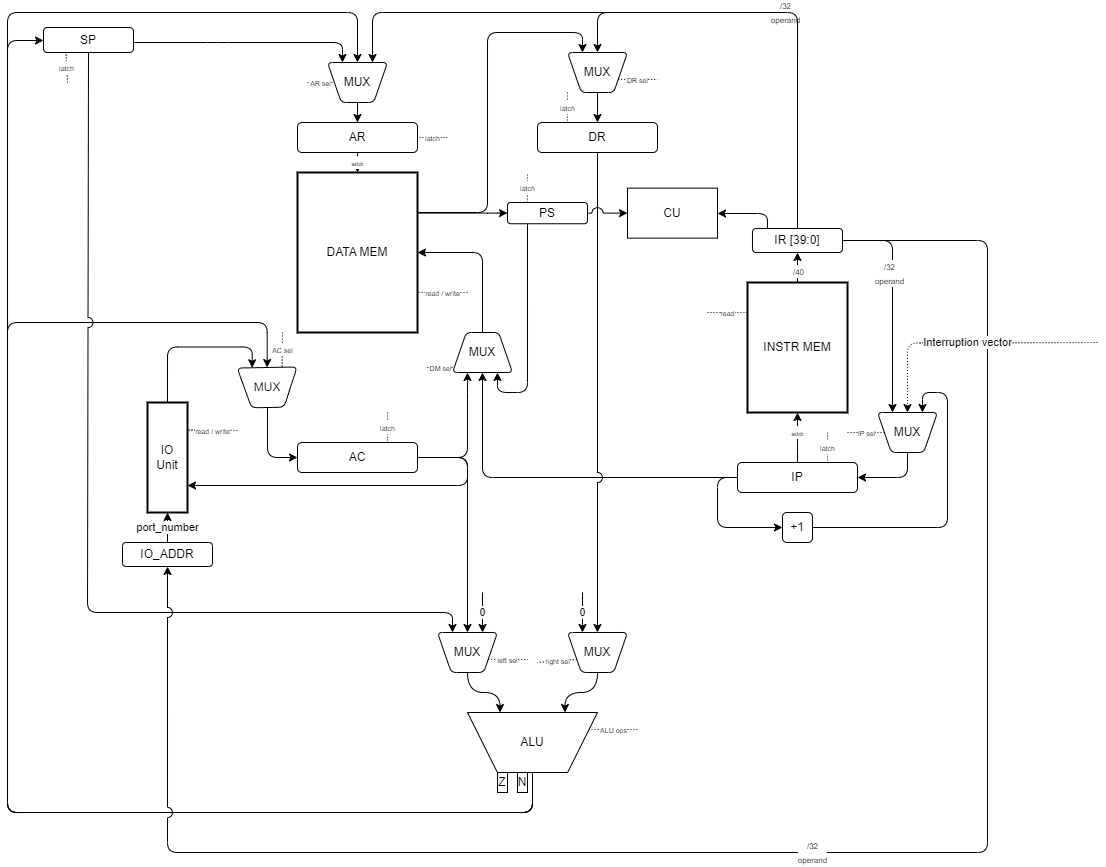
The draw.io diagram docs/sheme.png in artem961/csa-lab-4, before a commit. Source tidied: cells renumbered, new cells last; positions are measured from the earlier drawing's top-left corner, leaving out a move shared by most shapes.
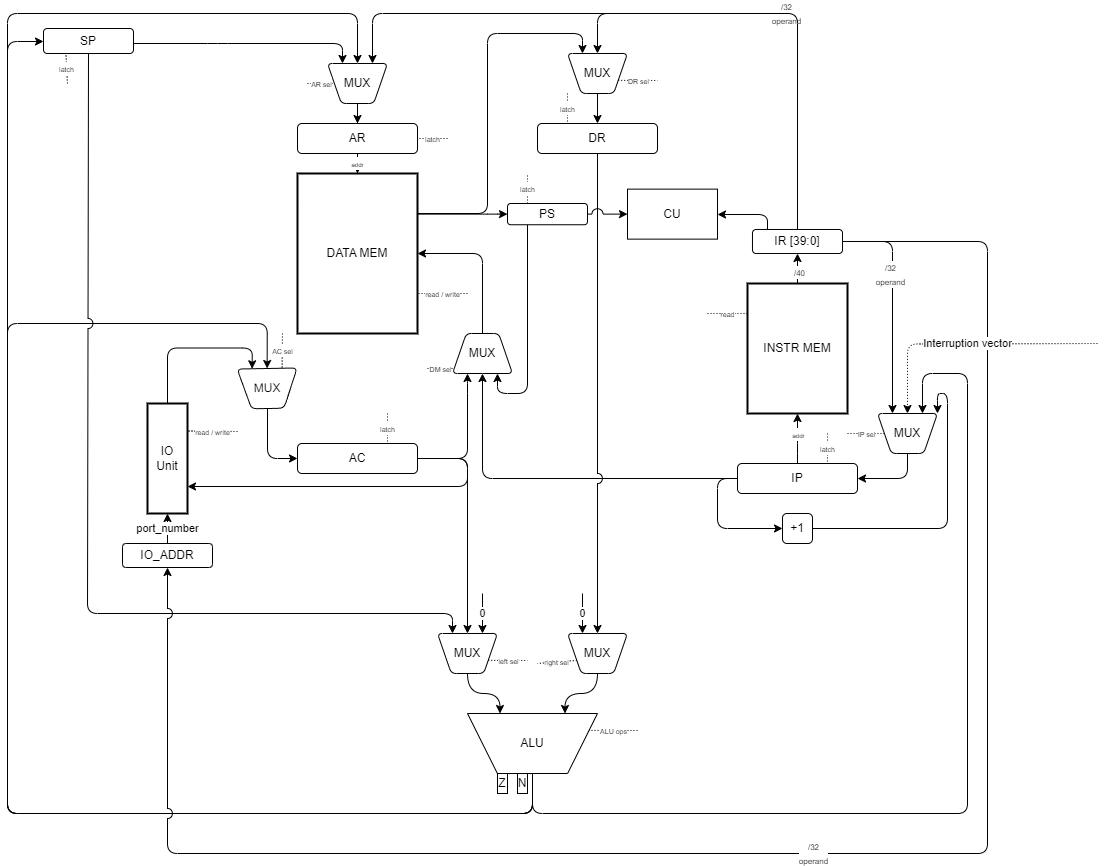
The same file after the commit.

The edit, as a diff of the source:
```diff
@@ -63,12 +63,13 @@
     <mxCell id="15" value="DR" style="rounded=1;whiteSpace=wrap;html=1;" parent="1" vertex="1">
       <mxGeometry x="530" y="110" width="120" height="30" as="geometry" />
     </mxCell>
-    <mxCell id="16" style="edgeStyle=orthogonalEdgeStyle;rounded=1;jettySize=auto;html=1;entryX=0.75;entryY=0;entryDx=0;entryDy=0;exitX=1;exitY=0.5;exitDx=0;exitDy=0;curved=0;" parent="1" edge="1" source="81" target="30">
+    <mxCell id="16" style="edgeStyle=orthogonalEdgeStyle;rounded=1;jettySize=auto;html=1;entryX=0.75;entryY=0;entryDx=0;entryDy=0;exitX=0.5;exitY=1;exitDx=0;exitDy=0;curved=0;" parent="1" edge="1" source="20" target="30">
       <mxGeometry relative="1" as="geometry">
         <Array as="points">
-          <mxPoint x="940" y="515" />
-          <mxPoint x="940" y="380" />
-          <mxPoint x="915" y="380" />
+          <mxPoint x="525" y="800" />
+          <mxPoint x="960" y="800" />
+          <mxPoint x="960" y="360" />
+          <mxPoint x="915" y="360" />
         </Array>
       </mxGeometry>
     </mxCell>
@@ -381,6 +382,15 @@
         <mxPoint x="1090" y="330" as="sourcePoint" />
       </mxGeometry>
     </mxCell>
+    <mxCell id="82" style="edgeStyle=orthogonalEdgeStyle;rounded=1;jettySize=auto;html=1;entryX=1;entryY=0;entryDx=0;entryDy=0;curved=0;" parent="1" edge="1" source="81" target="30">
+      <mxGeometry relative="1" as="geometry">
+        <Array as="points">
+          <mxPoint x="940" y="515" />
+          <mxPoint x="940" y="380" />
+          <mxPoint x="930" y="380" />
+        </Array>
+      </mxGeometry>
+    </mxCell>
     <mxCell id="81" value="+1" style="rounded=1;whiteSpace=wrap;html=1;" parent="1" vertex="1">
       <mxGeometry x="775" y="500" width="30" height="30" as="geometry" />
     </mxCell>
```
